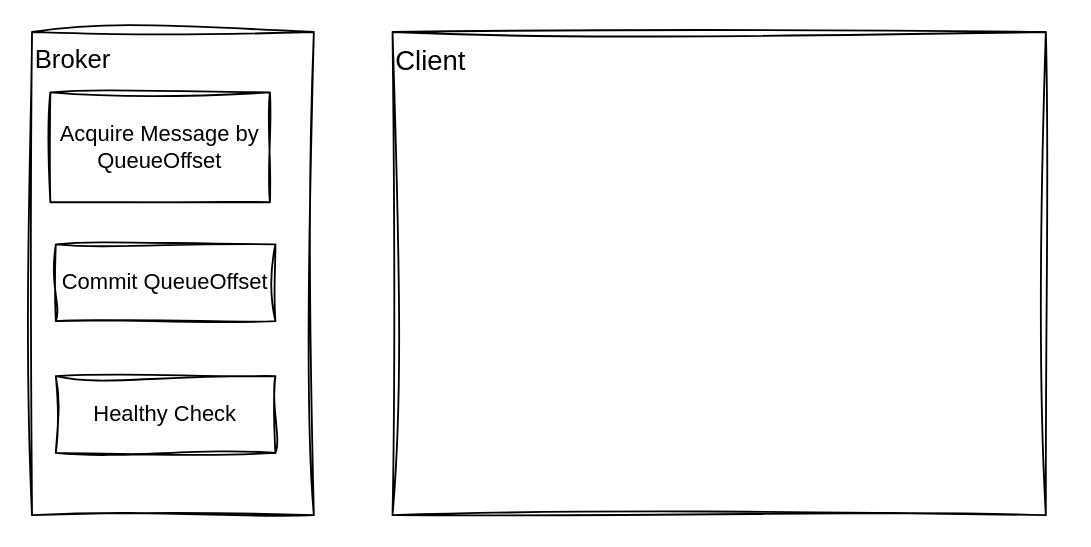
iambiglee/catmq keeps this draw.io diagram as document/blueprint/Client.drawio. Above is the earlier version. Source tidied: cells renumbered, new cells numbered last; positions are measured from the earlier drawing's top-left corner, leaving out a move shared by most shapes. Both pictures are drawn from the tidied source at 183%, with x=0, y=0 at pixel (31, 31). Pictures stored in the file or linked from it are replaced by grey dashed boxes.
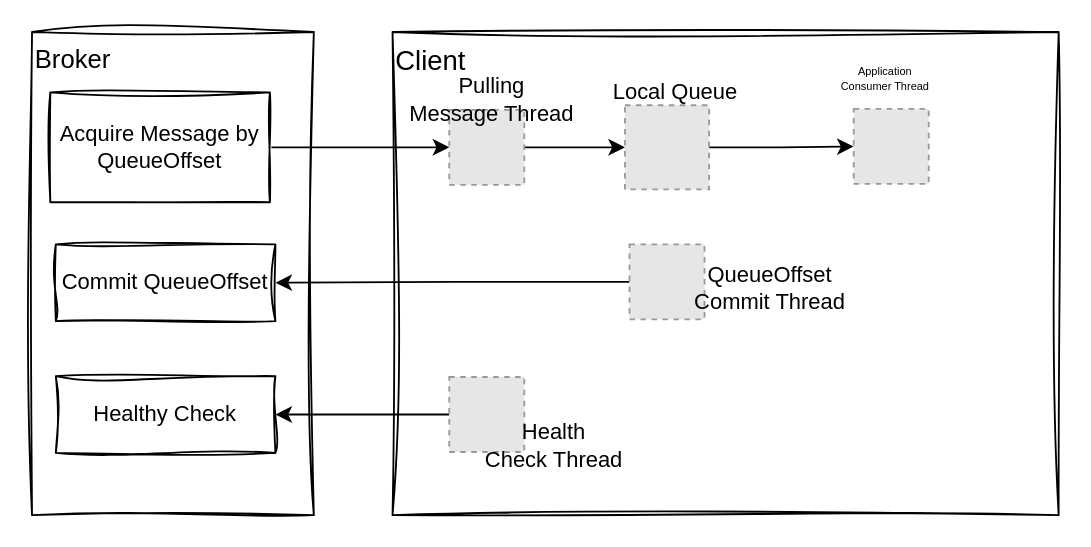
The same diagram, later.

Unchanged cells that the change refers to:
```xml
<mxCell id="4" value="Acquire Message by QueueOffset" style="rounded=0;whiteSpace=wrap;html=1;sketch=1;jiggle=2;curveFitting=1;strokeColor=default;fontFamily=Helvetica;fontSize=12;fontColor=default;fillColor=default;" parent="1" vertex="1">
  <mxGeometry x="10" y="33" width="120" height="60" as="geometry" />
</mxCell>
<mxCell id="5" value="Commit QueueOffset" style="rounded=0;whiteSpace=wrap;html=1;sketch=1;jiggle=2;curveFitting=1;strokeColor=default;fontFamily=Helvetica;fontSize=12;fontColor=default;fillColor=default;" parent="1" vertex="1">
  <mxGeometry x="13" y="116" width="120" height="42" as="geometry" />
</mxCell>
<mxCell id="6" value="Healthy Check" style="rounded=0;whiteSpace=wrap;html=1;sketch=1;jiggle=2;curveFitting=1;strokeColor=default;fontFamily=Helvetica;fontSize=12;fontColor=default;fillColor=default;" parent="1" vertex="1">
  <mxGeometry x="13" y="188" width="120" height="42" as="geometry" />
</mxCell>
```

Diff of the diagram source:
```diff
@@
     <mxCell id="3" value="&lt;font style=&quot;font-size: 15px;&quot;&gt;Client&lt;/font&gt;" style="rounded=0;whiteSpace=wrap;html=1;sketch=1;curveFitting=1;jiggle=2;align=left;verticalAlign=top;" parent="1" vertex="1">
-      <mxGeometry x="197" width="357" height="264" as="geometry" />
+      <mxGeometry x="197" width="364" height="264" as="geometry" />
     </mxCell>
+    <mxCell id="7" style="edgeStyle=orthogonalEdgeStyle;rounded=0;jettySize=auto;html=1;exitX=1;exitY=0.5;exitDx=0;exitDy=0;entryX=0;entryY=0.5;entryDx=0;entryDy=0;fontFamily=Helvetica;fontSize=12;fontColor=default;" parent="1" edge="1" source="4" target="9">
+      <mxGeometry relative="1" as="geometry" />
+    </mxCell>
@@
+    <mxCell id="8" style="edgeStyle=orthogonalEdgeStyle;rounded=0;jettySize=auto;html=1;exitX=1;exitY=0.5;exitDx=0;exitDy=0;entryX=0;entryY=0.5;entryDx=0;entryDy=0;fontFamily=Helvetica;fontSize=12;fontColor=default;" parent="1" edge="1" source="9" target="11">
+      <mxGeometry relative="1" as="geometry" />
+    </mxCell>
+    <mxCell id="9" style="fillColor=#E6E6E6;strokeColor=#999999;dashed=1;html=1;verticalAlign=top;verticalLabelPosition=bottom;labelBackgroundColor=#ffffff;fontFamily=Helvetica;fontSize=12;fontColor=default;" parent="1" vertex="1">
+      <mxGeometry x="228" y="42.5" width="41" height="41" as="geometry" />
+    </mxCell>
+    <mxCell id="10" style="edgeStyle=orthogonalEdgeStyle;rounded=0;jettySize=auto;html=1;exitX=1;exitY=0.5;exitDx=0;exitDy=0;entryX=0;entryY=0.5;entryDx=0;entryDy=0;fontFamily=Helvetica;fontSize=12;fontColor=default;" parent="1" edge="1" source="11" target="12">
+      <mxGeometry relative="1" as="geometry" />
+    </mxCell>
+    <mxCell id="11" style="fillColor=#E6E6E6;strokeColor=#999999;dashed=1;verticalLabelPosition=bottom;labelBackgroundColor=default;verticalAlign=top;" parent="1" vertex="1">
+      <mxGeometry x="324" y="40" width="46" height="46" as="geometry" />
+    </mxCell>
+    <mxCell id="12" style="fillColor=#E6E6E6;strokeColor=#999999;dashed=1;html=1;verticalAlign=top;verticalLabelPosition=bottom;labelBackgroundColor=#ffffff;fontFamily=Helvetica;fontSize=12;fontColor=default;" parent="1" vertex="1">
+      <mxGeometry x="449" y="42" width="41" height="41" as="geometry" />
+    </mxCell>
+    <mxCell id="13" value="&lt;font style=&quot;font-size: 6px;&quot;&gt;Application &lt;br&gt;Consumer Thread&lt;/font&gt;" style="text;html=1;align=center;verticalAlign=middle;strokeColor=none;fillColor=none;fontSize=6;fontFamily=Helvetica;fontColor=default;" parent="1" vertex="1">
+      <mxGeometry x="408" y="5" width="115" height="41" as="geometry" />
+    </mxCell>
+    <mxCell id="14" value="Local Queue&amp;nbsp;" style="text;html=1;align=center;verticalAlign=middle;strokeColor=none;fillColor=none;fontSize=12;fontFamily=Helvetica;fontColor=default;" parent="1" vertex="1">
+      <mxGeometry x="308" y="20" width="89" height="26" as="geometry" />
+    </mxCell>
+    <mxCell id="15" value="Pulling &lt;br&gt;Message Thread" style="text;html=1;align=center;verticalAlign=middle;strokeColor=none;fillColor=none;fontSize=12;fontFamily=Helvetica;fontColor=default;" parent="1" vertex="1">
+      <mxGeometry x="197" y="16" width="108" height="41" as="geometry" />
+    </mxCell>
+    <mxCell id="16" style="edgeStyle=orthogonalEdgeStyle;rounded=0;jettySize=auto;html=1;fontFamily=Helvetica;fontSize=12;fontColor=default;" parent="1" edge="1" source="17" target="5">
+      <mxGeometry relative="1" as="geometry" />
+    </mxCell>
+    <mxCell id="17" style="fillColor=#E6E6E6;strokeColor=#999999;dashed=1;html=1;verticalAlign=top;verticalLabelPosition=bottom;labelBackgroundColor=#ffffff;fontFamily=Helvetica;fontSize=12;fontColor=default;" parent="1" vertex="1">
+      <mxGeometry x="326.5" y="116" width="41" height="41" as="geometry" />
+    </mxCell>
+    <mxCell id="18" value="QueueOffset &lt;br&gt;Commit Thread" style="text;html=1;align=center;verticalAlign=middle;strokeColor=none;fillColor=none;fontSize=12;fontFamily=Helvetica;fontColor=default;" parent="1" vertex="1">
+      <mxGeometry x="353" y="119" width="100" height="41" as="geometry" />
+    </mxCell>
+    <mxCell id="19" style="edgeStyle=orthogonalEdgeStyle;rounded=0;jettySize=auto;html=1;exitX=0;exitY=0.5;exitDx=0;exitDy=0;entryX=1;entryY=0.5;entryDx=0;entryDy=0;fontFamily=Helvetica;fontSize=12;fontColor=default;" parent="1" edge="1" source="20" target="6">
+      <mxGeometry relative="1" as="geometry" />
+    </mxCell>
+    <mxCell id="20" style="fillColor=#E6E6E6;strokeColor=#999999;dashed=1;html=1;verticalAlign=top;verticalLabelPosition=bottom;labelBackgroundColor=#ffffff;fontFamily=Helvetica;fontSize=12;fontColor=default;" parent="1" vertex="1">
+      <mxGeometry x="228" y="188.5" width="41" height="41" as="geometry" />
+    </mxCell>
+    <mxCell id="21" value="Health &lt;br&gt;Check Thread" style="text;html=1;align=center;verticalAlign=middle;strokeColor=none;fillColor=none;fontSize=12;fontFamily=Helvetica;fontColor=default;" parent="1" vertex="1">
+      <mxGeometry x="238" y="205" width="93" height="41" as="geometry" />
+    </mxCell>
```
